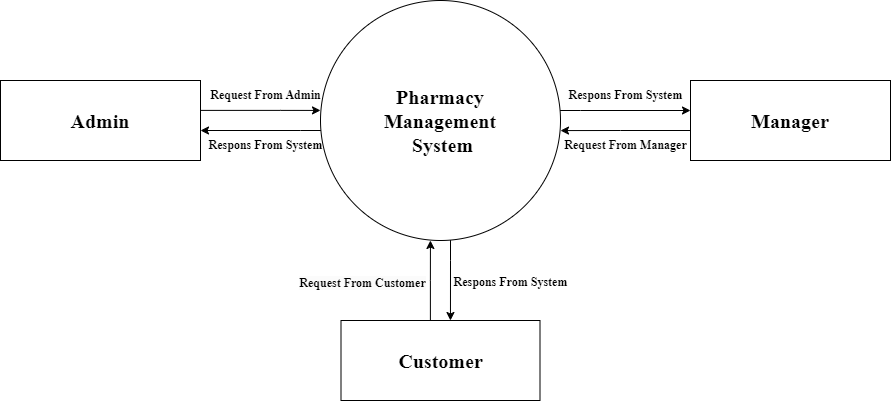
kartikMpatel-Git-Hub/ehealthcare keeps this draw.io diagram as Documenation/My Project/All Diagram/New/0-level-dfd.png. Above is the earlier version. Source tidied: cells renumbered, new cells last; positions are measured from the earlier drawing's top-left corner, leaving out a move shared by most shapes. Source of this version:
```xml
<mxGraphModel background="#ffffff">
  <root>
    <mxCell id="0" />
    <mxCell id="1" parent="0" />
    <mxCell id="2" style="edgeStyle=orthogonalEdgeStyle;rounded=0;jettySize=auto;html=1;entryX=0.55;entryY=0;entryDx=0;entryDy=0;entryPerimeter=0;fontStyle=1;fontSize=20;fontFamily=Times New Roman;" parent="1" edge="1" source="3" target="7">
      <mxGeometry relative="1" as="geometry">
        <Array as="points">
          <mxPoint x="450" y="260" />
          <mxPoint x="450" y="260" />
        </Array>
      </mxGeometry>
    </mxCell>
    <mxCell id="3" value="Pharmacy &lt;br style=&quot;font-size: 20px;&quot;&gt;Management&lt;br style=&quot;font-size: 20px;&quot;&gt;&amp;nbsp;System" style="shape=ellipse;html=1;dashed=0;whiteSpace=wrap;perimeter=ellipsePerimeter;fontStyle=1;fontSize=20;fontFamily=Times New Roman;" parent="1" vertex="1">
      <mxGeometry x="320" width="240" height="240" as="geometry" />
    </mxCell>
    <mxCell id="4" style="edgeStyle=orthogonalEdgeStyle;rounded=0;jettySize=auto;html=1;entryX=0;entryY=0.458;entryDx=0;entryDy=0;entryPerimeter=0;fontStyle=1;fontSize=20;fontFamily=Times New Roman;" parent="1" edge="1" source="5" target="3">
      <mxGeometry relative="1" as="geometry">
        <Array as="points">
          <mxPoint x="280" y="110" />
        </Array>
      </mxGeometry>
    </mxCell>
    <mxCell id="5" value="Admin" style="html=1;dashed=0;whiteSpace=wrap;fontStyle=1;fontSize=20;fontFamily=Times New Roman;" parent="1" vertex="1">
      <mxGeometry y="80" width="200" height="80" as="geometry" />
    </mxCell>
    <mxCell id="6" value="Manager" style="html=1;dashed=0;whiteSpace=wrap;fontStyle=1;fontSize=20;fontFamily=Times New Roman;" parent="1" vertex="1">
      <mxGeometry x="690" y="80" width="200" height="80" as="geometry" />
    </mxCell>
    <mxCell id="7" value="Customer" style="html=1;dashed=0;whiteSpace=wrap;fontStyle=1;fontSize=20;fontFamily=Times New Roman;" parent="1" vertex="1">
      <mxGeometry x="340.5" y="320" width="199" height="80" as="geometry" />
    </mxCell>
    <mxCell id="8" style="edgeStyle=orthogonalEdgeStyle;rounded=0;jettySize=auto;html=1;entryX=1;entryY=0.625;entryDx=0;entryDy=0;entryPerimeter=0;fontStyle=1;fontSize=20;fontFamily=Times New Roman;" parent="1" edge="1" source="3" target="5">
      <mxGeometry relative="1" as="geometry">
        <Array as="points">
          <mxPoint x="300" y="130" />
          <mxPoint x="300" y="130" />
        </Array>
      </mxGeometry>
    </mxCell>
    <mxCell id="9" style="edgeStyle=orthogonalEdgeStyle;rounded=0;jettySize=auto;html=1;entryX=0;entryY=0.375;entryDx=0;entryDy=0;entryPerimeter=0;fontStyle=1;fontSize=20;fontFamily=Times New Roman;" parent="1" edge="1" source="3" target="6">
      <mxGeometry relative="1" as="geometry">
        <Array as="points">
          <mxPoint x="580" y="110" />
          <mxPoint x="580" y="110" />
        </Array>
      </mxGeometry>
    </mxCell>
    <mxCell id="10" style="edgeStyle=orthogonalEdgeStyle;rounded=0;jettySize=auto;html=1;entryX=1;entryY=0.542;entryDx=0;entryDy=0;entryPerimeter=0;fontStyle=1;fontSize=20;fontFamily=Times New Roman;" parent="1" edge="1" source="6" target="3">
      <mxGeometry relative="1" as="geometry">
        <Array as="points">
          <mxPoint x="620" y="130" />
          <mxPoint x="620" y="130" />
        </Array>
      </mxGeometry>
    </mxCell>
    <mxCell id="11" style="edgeStyle=orthogonalEdgeStyle;rounded=0;jettySize=auto;html=1;entryX=0.458;entryY=1;entryDx=0;entryDy=0;entryPerimeter=0;fontStyle=1;fontSize=20;fontFamily=Times New Roman;" parent="1" edge="1" source="7" target="3">
      <mxGeometry relative="1" as="geometry">
        <Array as="points">
          <mxPoint x="430" y="280" />
        </Array>
      </mxGeometry>
    </mxCell>
    <mxCell id="12" value="&lt;b&gt;&lt;font face=&quot;Times New Roman&quot;&gt;Request&amp;nbsp;From&amp;nbsp;Admin&lt;br&gt;&lt;/font&gt;&lt;/b&gt;" style="text;html=1;align=center;verticalAlign=middle;strokeColor=none;fillColor=none;" parent="1" vertex="1">
      <mxGeometry x="200" y="80" width="130" height="30" as="geometry" />
    </mxCell>
    <mxCell id="13" value="&lt;b&gt;&lt;font face=&quot;Times New Roman&quot;&gt;Respons From System&lt;/font&gt;&lt;/b&gt;" style="text;html=1;align=center;verticalAlign=middle;strokeColor=none;fillColor=none;" parent="1" vertex="1">
      <mxGeometry x="195" y="130" width="140" height="30" as="geometry" />
    </mxCell>
    <mxCell id="14" value="&lt;br&gt;&lt;b style=&quot;border-color: var(--border-color); color: rgb(0, 0, 0); font-family: Helvetica; font-size: 12px; font-style: normal; font-variant-ligatures: normal; font-variant-caps: normal; letter-spacing: normal; orphans: 2; text-align: center; text-indent: 0px; text-transform: none; widows: 2; word-spacing: 0px; -webkit-text-stroke-width: 0px; background-color: rgb(251, 251, 251); text-decoration-thickness: initial; text-decoration-style: initial; text-decoration-color: initial;&quot;&gt;&lt;font style=&quot;border-color: var(--border-color);&quot; face=&quot;Times New Roman&quot;&gt;Request&amp;nbsp;From Customer&lt;/font&gt;&lt;/b&gt;" style="text;html=1;align=center;verticalAlign=middle;strokeColor=none;fillColor=none;" parent="1" vertex="1">
      <mxGeometry x="287" y="255" width="150" height="40" as="geometry" />
    </mxCell>
    <mxCell id="15" value="&lt;b style=&quot;border-color: var(--border-color);&quot;&gt;&lt;font style=&quot;border-color: var(--border-color);&quot; face=&quot;Times New Roman&quot;&gt;Request&amp;nbsp;From Manager&lt;/font&gt;&lt;/b&gt;" style="text;html=1;align=center;verticalAlign=middle;strokeColor=none;fillColor=none;" parent="1" vertex="1">
      <mxGeometry x="550" y="130" width="150" height="30" as="geometry" />
    </mxCell>
    <mxCell id="16" value="&lt;b style=&quot;border-color: var(--border-color);&quot;&gt;&lt;font style=&quot;border-color: var(--border-color);&quot; face=&quot;Times New Roman&quot;&gt;Respons From System&lt;/font&gt;&lt;/b&gt;&lt;b&gt;&lt;font face=&quot;Times New Roman&quot;&gt;&lt;br&gt;&lt;/font&gt;&lt;/b&gt;" style="text;html=1;align=center;verticalAlign=middle;strokeColor=none;fillColor=none;" parent="1" vertex="1">
      <mxGeometry x="555" y="80" width="140" height="30" as="geometry" />
    </mxCell>
    <mxCell id="17" value="&lt;b style=&quot;border-color: var(--border-color);&quot;&gt;&lt;font style=&quot;border-color: var(--border-color);&quot; face=&quot;Times New Roman&quot;&gt;Respons From System&lt;/font&gt;&lt;/b&gt;&lt;b&gt;&lt;font face=&quot;Times New Roman&quot;&gt;&lt;br&gt;&lt;/font&gt;&lt;/b&gt;" style="text;html=1;align=center;verticalAlign=middle;strokeColor=none;fillColor=none;" parent="1" vertex="1">
      <mxGeometry x="440" y="267" width="140" height="30" as="geometry" />
    </mxCell>
  </root>
</mxGraphModel>
```
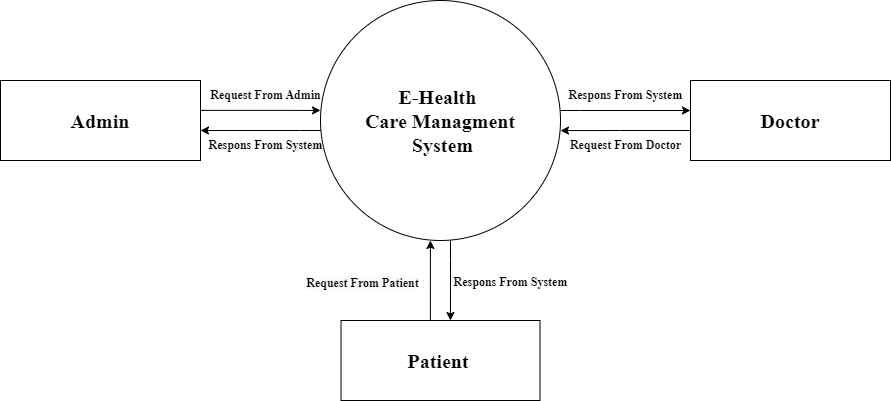
After the commit.

The edit, as a diff of the source:
```diff
@@ -10,7 +10,7 @@
         </Array>
       </mxGeometry>
     </mxCell>
-    <mxCell id="3" value="Pharmacy &lt;br style=&quot;font-size: 20px;&quot;&gt;Management&lt;br style=&quot;font-size: 20px;&quot;&gt;&amp;nbsp;System" style="shape=ellipse;html=1;dashed=0;whiteSpace=wrap;perimeter=ellipsePerimeter;fontStyle=1;fontSize=20;fontFamily=Times New Roman;" parent="1" vertex="1">
+    <mxCell id="3" value="E-Health&amp;nbsp;&lt;br&gt;Care&amp;nbsp;Managment&lt;br&gt;&amp;nbsp;System" style="shape=ellipse;html=1;dashed=0;whiteSpace=wrap;perimeter=ellipsePerimeter;fontStyle=1;fontSize=20;fontFamily=Times New Roman;" parent="1" vertex="1">
       <mxGeometry x="320" width="240" height="240" as="geometry" />
     </mxCell>
     <mxCell id="4" style="edgeStyle=orthogonalEdgeStyle;rounded=0;jettySize=auto;html=1;entryX=0;entryY=0.458;entryDx=0;entryDy=0;entryPerimeter=0;fontStyle=1;fontSize=20;fontFamily=Times New Roman;" parent="1" edge="1" source="5" target="3">
@@ -23,10 +23,10 @@
     <mxCell id="5" value="Admin" style="html=1;dashed=0;whiteSpace=wrap;fontStyle=1;fontSize=20;fontFamily=Times New Roman;" parent="1" vertex="1">
       <mxGeometry y="80" width="200" height="80" as="geometry" />
     </mxCell>
-    <mxCell id="6" value="Manager" style="html=1;dashed=0;whiteSpace=wrap;fontStyle=1;fontSize=20;fontFamily=Times New Roman;" parent="1" vertex="1">
+    <mxCell id="6" value="Doctor" style="html=1;dashed=0;whiteSpace=wrap;fontStyle=1;fontSize=20;fontFamily=Times New Roman;" parent="1" vertex="1">
       <mxGeometry x="690" y="80" width="200" height="80" as="geometry" />
     </mxCell>
-    <mxCell id="7" value="Customer" style="html=1;dashed=0;whiteSpace=wrap;fontStyle=1;fontSize=20;fontFamily=Times New Roman;" parent="1" vertex="1">
+    <mxCell id="7" value="Patient&amp;nbsp;" style="html=1;dashed=0;whiteSpace=wrap;fontStyle=1;fontSize=20;fontFamily=Times New Roman;" parent="1" vertex="1">
       <mxGeometry x="340.5" y="320" width="199" height="80" as="geometry" />
     </mxCell>
     <mxCell id="8" style="edgeStyle=orthogonalEdgeStyle;rounded=0;jettySize=auto;html=1;entryX=1;entryY=0.625;entryDx=0;entryDy=0;entryPerimeter=0;fontStyle=1;fontSize=20;fontFamily=Times New Roman;" parent="1" edge="1" source="3" target="5">
@@ -66,11 +66,11 @@
     <mxCell id="13" value="&lt;b&gt;&lt;font face=&quot;Times New Roman&quot;&gt;Respons From System&lt;/font&gt;&lt;/b&gt;" style="text;html=1;align=center;verticalAlign=middle;strokeColor=none;fillColor=none;" parent="1" vertex="1">
       <mxGeometry x="195" y="130" width="140" height="30" as="geometry" />
     </mxCell>
-    <mxCell id="14" value="&lt;br&gt;&lt;b style=&quot;border-color: var(--border-color); color: rgb(0, 0, 0); font-family: Helvetica; font-size: 12px; font-style: normal; font-variant-ligatures: normal; font-variant-caps: normal; letter-spacing: normal; orphans: 2; text-align: center; text-indent: 0px; text-transform: none; widows: 2; word-spacing: 0px; -webkit-text-stroke-width: 0px; background-color: rgb(251, 251, 251); text-decoration-thickness: initial; text-decoration-style: initial; text-decoration-color: initial;&quot;&gt;&lt;font style=&quot;border-color: var(--border-color);&quot; face=&quot;Times New Roman&quot;&gt;Request&amp;nbsp;From Customer&lt;/font&gt;&lt;/b&gt;" style="text;html=1;align=center;verticalAlign=middle;strokeColor=none;fillColor=none;" parent="1" vertex="1">
-      <mxGeometry x="287" y="255" width="150" height="40" as="geometry" />
+    <mxCell id="14" value="&lt;br&gt;&lt;b style=&quot;border-color: var(--border-color); color: rgb(0, 0, 0); font-family: Helvetica; font-size: 12px; font-style: normal; font-variant-ligatures: normal; font-variant-caps: normal; letter-spacing: normal; orphans: 2; text-align: center; text-indent: 0px; text-transform: none; widows: 2; word-spacing: 0px; -webkit-text-stroke-width: 0px; background-color: rgb(251, 251, 251); text-decoration-thickness: initial; text-decoration-style: initial; text-decoration-color: initial;&quot;&gt;&lt;font style=&quot;border-color: var(--border-color);&quot; face=&quot;Times New Roman&quot;&gt;Request&amp;nbsp;From Patient&lt;/font&gt;&lt;/b&gt;" style="text;html=1;align=center;verticalAlign=middle;strokeColor=none;fillColor=none;" parent="1" vertex="1">
+      <mxGeometry x="292" y="255" width="140" height="40" as="geometry" />
     </mxCell>
-    <mxCell id="15" value="&lt;b style=&quot;border-color: var(--border-color);&quot;&gt;&lt;font style=&quot;border-color: var(--border-color);&quot; face=&quot;Times New Roman&quot;&gt;Request&amp;nbsp;From Manager&lt;/font&gt;&lt;/b&gt;" style="text;html=1;align=center;verticalAlign=middle;strokeColor=none;fillColor=none;" parent="1" vertex="1">
-      <mxGeometry x="550" y="130" width="150" height="30" as="geometry" />
+    <mxCell id="15" value="&lt;b style=&quot;border-color: var(--border-color);&quot;&gt;&lt;font style=&quot;border-color: var(--border-color);&quot; face=&quot;Times New Roman&quot;&gt;Request&amp;nbsp;From Doctor&lt;/font&gt;&lt;/b&gt;" style="text;html=1;align=center;verticalAlign=middle;strokeColor=none;fillColor=none;" parent="1" vertex="1">
+      <mxGeometry x="560" y="130" width="130" height="30" as="geometry" />
     </mxCell>
     <mxCell id="16" value="&lt;b style=&quot;border-color: var(--border-color);&quot;&gt;&lt;font style=&quot;border-color: var(--border-color);&quot; face=&quot;Times New Roman&quot;&gt;Respons From System&lt;/font&gt;&lt;/b&gt;&lt;b&gt;&lt;font face=&quot;Times New Roman&quot;&gt;&lt;br&gt;&lt;/font&gt;&lt;/b&gt;" style="text;html=1;align=center;verticalAlign=middle;strokeColor=none;fillColor=none;" parent="1" vertex="1">
       <mxGeometry x="555" y="80" width="140" height="30" as="geometry" />
```
